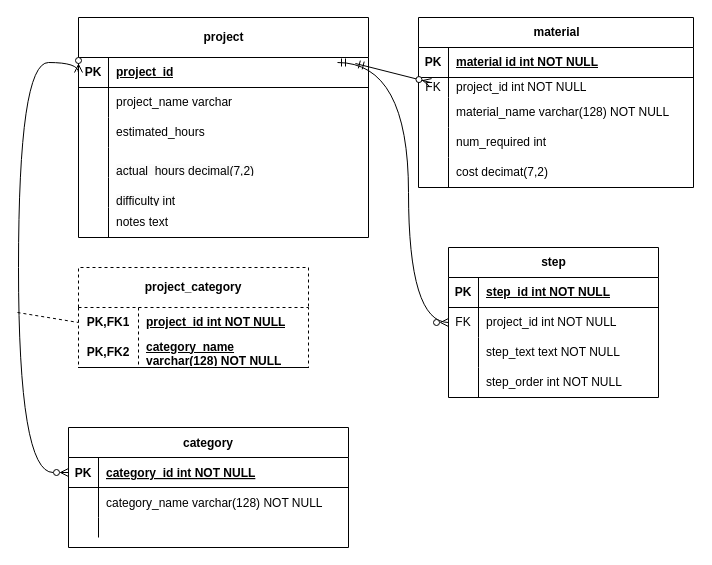
Before: Week08ERD.drawio in jennerCher/Week07, a draw.io diagram. Source tidied: cells renumbered, new cells numbered last; positions are measured from the earlier drawing's top-left corner, leaving out a move shared by most shapes. Both pictures are drawn from the tidied source at 100%, with x=0, y=0 at pixel (17, 17).
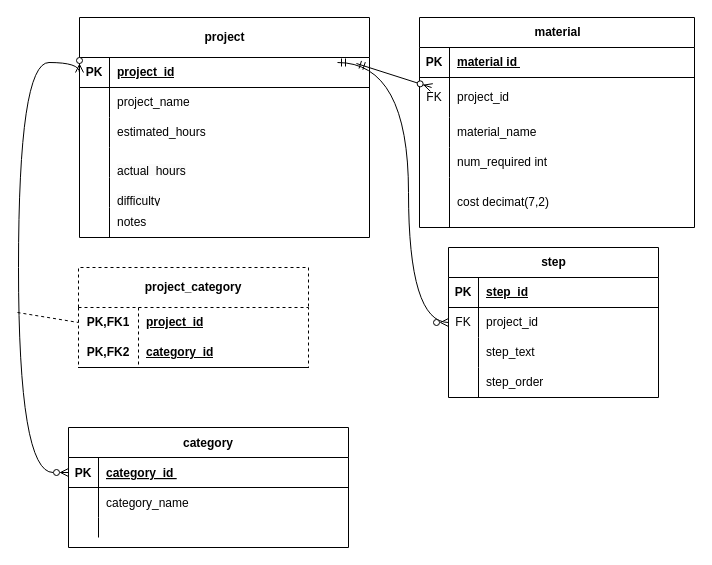
The same diagram, later.

Unchanged cells that the change refers to:
```xml
<mxCell id="3" style="shape=partialRectangle;fillColor=none;points=[[0,0.5],[1,0.5]];portConstraint=eastwest;top=0;left=0;right=0;bottom=1;" parent="2" vertex="1">
  <mxGeometry y="30" width="280" height="30" as="geometry" />
</mxCell>
<mxCell id="6" style="shape=partialRectangle;fillColor=none;top=0;left=0;right=0;bottom=0;" parent="2" vertex="1">
  <mxGeometry y="60" width="280" height="30" as="geometry" />
</mxCell>
<mxCell id="13" style="shape=tableRow;horizontal=0;startSize=0;swimlaneHead=0;swimlaneBody=0;fillColor=none;points=[[0,0.5],[1,0.5]];portConstraint=eastwest;top=0;left=0;right=0;bottom=0;html=1;" parent="12" vertex="1">
  <mxGeometry y="40" width="230" height="30" as="geometry" />
</mxCell>
<mxCell id="16" style="shape=tableRow;horizontal=0;startSize=0;swimlaneHead=0;swimlaneBody=0;fillColor=none;top=0;left=0;right=0;bottom=1;html=1;" parent="12" vertex="1">
  <mxGeometry y="70" width="230" height="30" as="geometry" />
</mxCell>
<mxCell id="23" style="shape=tableRow;horizontal=0;startSize=0;swimlaneHead=0;swimlaneBody=0;fillColor=none;top=0;left=0;right=0;bottom=0;" parent="19" vertex="1">
  <mxGeometry y="70" width="290" height="30" as="geometry" />
</mxCell>
<mxCell id="29" style="shape=tableRow;horizontal=0;startSize=0;swimlaneHead=0;swimlaneBody=0;fillColor=none;top=0;left=0;right=0;bottom=0;" parent="19" vertex="1">
  <mxGeometry y="130" width="290" height="30" as="geometry" />
</mxCell>
<mxCell id="32" style="shape=tableRow;horizontal=0;startSize=0;swimlaneHead=0;swimlaneBody=0;fillColor=none;top=0;left=0;right=0;bottom=0;" parent="19" vertex="1">
  <mxGeometry y="160" width="290" height="30" as="geometry" />
</mxCell>
<mxCell id="35" style="shape=tableRow;horizontal=0;startSize=0;swimlaneHead=0;swimlaneBody=0;fillColor=none;top=0;left=0;right=0;bottom=0;" parent="19" vertex="1">
  <mxGeometry y="190" width="290" height="30" as="geometry" />
</mxCell>
<mxCell id="39" style="shape=tableRow;horizontal=0;startSize=0;swimlaneHead=0;swimlaneBody=0;fillColor=none;top=0;left=0;right=0;bottom=1;" parent="38" vertex="1">
  <mxGeometry y="30" width="275" height="30" as="geometry" />
</mxCell>
<mxCell id="55" style="shape=tableRow;horizontal=0;startSize=0;swimlaneHead=0;swimlaneBody=0;fillColor=none;top=0;left=0;right=0;bottom=1;" parent="54" vertex="1">
  <mxGeometry y="30" width="210" height="30" as="geometry" />
</mxCell>
<mxCell id="58" style="shape=tableRow;horizontal=0;startSize=0;swimlaneHead=0;swimlaneBody=0;fillColor=none;top=0;left=0;right=0;bottom=0;" parent="54" vertex="1">
  <mxGeometry y="60" width="210" height="30" as="geometry" />
</mxCell>
<mxCell id="61" style="shape=tableRow;horizontal=0;startSize=0;swimlaneHead=0;swimlaneBody=0;fillColor=none;top=0;left=0;right=0;bottom=0;" parent="54" vertex="1">
  <mxGeometry y="90" width="210" height="30" as="geometry" />
</mxCell>
<mxCell id="64" style="shape=tableRow;horizontal=0;startSize=0;swimlaneHead=0;swimlaneBody=0;fillColor=none;top=0;left=0;right=0;bottom=0;" parent="54" vertex="1">
  <mxGeometry y="120" width="210" height="30" as="geometry" />
</mxCell>
```

Change to the diagram source:
```diff
@@
-    <mxCell id="5" value="category_id int NOT NULL " style="shape=partialRectangle;overflow=hidden;fillColor=none;top=0;left=0;bottom=0;right=0;align=left;spacingLeft=6;fontStyle=5;" parent="3" vertex="1">
+    <mxCell id="5" value="category_id " style="shape=partialRectangle;overflow=hidden;fillColor=none;top=0;left=0;bottom=0;right=0;align=left;spacingLeft=6;fontStyle=5;" parent="3" vertex="1">
       <mxGeometry x="30" width="250" height="30" as="geometry" />
     </mxCell>
@@
-    <mxCell id="8" value="category_name varchar(128) NOT NULL" style="shape=partialRectangle;overflow=hidden;fillColor=none;top=0;left=0;bottom=0;right=0;align=left;spacingLeft=6;" parent="6" vertex="1">
+    <mxCell id="8" value="category_name" style="shape=partialRectangle;overflow=hidden;fillColor=none;top=0;left=0;bottom=0;right=0;align=left;spacingLeft=6;" parent="6" vertex="1">
       <mxGeometry x="30" width="250" height="30" as="geometry" />
     </mxCell>
@@
-    <mxCell id="15" value="project_id int NOT NULL" style="shape=partialRectangle;fillColor=none;top=0;left=0;bottom=0;right=0;align=left;spacingLeft=6;fontStyle=5;overflow=hidden;html=1;whiteSpace=wrap;" parent="13" vertex="1">
+    <mxCell id="15" value="project_id" style="shape=partialRectangle;fillColor=none;top=0;left=0;bottom=0;right=0;align=left;spacingLeft=6;fontStyle=5;overflow=hidden;html=1;whiteSpace=wrap;" parent="13" vertex="1">
       <mxGeometry x="60" width="170" height="30" as="geometry" />
     </mxCell>
@@
-    <mxCell id="18" value="category_name varchar(128) NOT NULL" style="shape=partialRectangle;fillColor=none;top=0;left=0;bottom=0;right=0;align=left;spacingLeft=6;fontStyle=5;overflow=hidden;html=1;whiteSpace=wrap;" parent="16" vertex="1">
+    <mxCell id="18" value="category_id" style="shape=partialRectangle;fillColor=none;top=0;left=0;bottom=0;right=0;align=left;spacingLeft=6;fontStyle=5;overflow=hidden;html=1;whiteSpace=wrap;" parent="16" vertex="1">
       <mxGeometry x="60" width="170" height="30" as="geometry" />
     </mxCell>
     <mxCell id="19" value="project" style="shape=table;startSize=40;childLayout=tableLayout;rowLines=0;fontStyle=1;align=center;html=1;" parent="1" vertex="1">
-      <mxGeometry x="61" width="290" height="220" as="geometry" />
+      <mxGeometry x="62" width="290" height="220" as="geometry" />
     </mxCell>
@@
-    <mxCell id="25" value="&lt;span style=&quot;text-wrap: nowrap;&quot;&gt;project_name varchar&lt;/span&gt;" style="shape=partialRectangle;fillColor=none;top=0;left=0;bottom=0;right=0;align=left;spacingLeft=6;overflow=hidden;whiteSpace=wrap;html=1;" parent="23" vertex="1">
+    <mxCell id="25" value="&lt;span style=&quot;text-wrap: nowrap;&quot;&gt;project_name&lt;/span&gt;" style="shape=partialRectangle;fillColor=none;top=0;left=0;bottom=0;right=0;align=left;spacingLeft=6;overflow=hidden;whiteSpace=wrap;html=1;" parent="23" vertex="1">
       <mxGeometry x="30" width="260" height="30" as="geometry" />
     </mxCell>
@@
-    <mxCell id="31" value="&#10;&lt;span style=&quot;color: rgb(0, 0, 0); font-family: Helvetica; font-size: 12px; font-style: normal; font-variant-ligatures: normal; font-variant-caps: normal; font-weight: 400; letter-spacing: normal; orphans: 2; text-align: left; text-indent: 0px; text-transform: none; widows: 2; word-spacing: 0px; -webkit-text-stroke-width: 0px; white-space: nowrap; background-color: rgb(251, 251, 251); text-decoration-thickness: initial; text-decoration-style: initial; text-decoration-color: initial; display: inline !important; float: none;&quot;&gt;actual_hours decimal(7,2)&lt;/span&gt;&#10;&#10;" style="shape=partialRectangle;fillColor=none;top=0;left=0;bottom=0;right=0;align=left;spacingLeft=6;overflow=hidden;whiteSpace=wrap;html=1;" parent="29" vertex="1">
+    <mxCell id="31" value="&lt;br&gt;&lt;span style=&quot;color: rgb(0, 0, 0); font-family: Helvetica; font-size: 12px; font-style: normal; font-variant-ligatures: normal; font-variant-caps: normal; font-weight: 400; letter-spacing: normal; orphans: 2; text-align: left; text-indent: 0px; text-transform: none; widows: 2; word-spacing: 0px; -webkit-text-stroke-width: 0px; white-space: nowrap; background-color: rgb(251, 251, 251); text-decoration-thickness: initial; text-decoration-style: initial; text-decoration-color: initial; float: none; display: inline !important;&quot;&gt;actual_hours&lt;/span&gt;" style="shape=partialRectangle;fillColor=none;top=0;left=0;bottom=0;right=0;align=left;spacingLeft=6;overflow=hidden;whiteSpace=wrap;html=1;" parent="29" vertex="1">
       <mxGeometry x="30" width="260" height="30" as="geometry" />
     </mxCell>
@@
-    <mxCell id="34" value="&#10;&lt;span style=&quot;color: rgb(0, 0, 0); font-family: Helvetica; font-size: 12px; font-style: normal; font-variant-ligatures: normal; font-variant-caps: normal; font-weight: 400; letter-spacing: normal; orphans: 2; text-align: left; text-indent: 0px; text-transform: none; widows: 2; word-spacing: 0px; -webkit-text-stroke-width: 0px; white-space: nowrap; background-color: rgb(251, 251, 251); text-decoration-thickness: initial; text-decoration-style: initial; text-decoration-color: initial; display: inline !important; float: none;&quot;&gt;difficulty int&lt;/span&gt;&#10;&#10;" style="shape=partialRectangle;fillColor=none;top=0;left=0;bottom=0;right=0;align=left;spacingLeft=6;overflow=hidden;whiteSpace=wrap;html=1;" parent="32" vertex="1">
+    <mxCell id="34" value="&lt;br&gt;&lt;span style=&quot;color: rgb(0, 0, 0); font-family: Helvetica; font-size: 12px; font-style: normal; font-variant-ligatures: normal; font-variant-caps: normal; font-weight: 400; letter-spacing: normal; orphans: 2; text-align: left; text-indent: 0px; text-transform: none; widows: 2; word-spacing: 0px; -webkit-text-stroke-width: 0px; white-space: nowrap; background-color: rgb(251, 251, 251); text-decoration-thickness: initial; text-decoration-style: initial; text-decoration-color: initial; float: none; display: inline !important;&quot;&gt;difficulty&lt;/span&gt;" style="shape=partialRectangle;fillColor=none;top=0;left=0;bottom=0;right=0;align=left;spacingLeft=6;overflow=hidden;whiteSpace=wrap;html=1;" parent="32" vertex="1">
       <mxGeometry x="30" width="260" height="30" as="geometry" />
     </mxCell>
@@
-    <mxCell id="37" value="&lt;span style=&quot;text-wrap: nowrap;&quot;&gt;notes text&lt;/span&gt;" style="shape=partialRectangle;fillColor=none;top=0;left=0;bottom=0;right=0;align=left;spacingLeft=6;overflow=hidden;whiteSpace=wrap;html=1;" parent="35" vertex="1">
+    <mxCell id="37" value="notes" style="shape=partialRectangle;fillColor=none;top=0;left=0;bottom=0;right=0;align=left;spacingLeft=6;overflow=hidden;whiteSpace=wrap;html=1;" parent="35" vertex="1">
       <mxGeometry x="30" width="260" height="30" as="geometry" />
     </mxCell>
     <mxCell id="38" value="material" style="shape=table;startSize=30;childLayout=tableLayout;rowLines=0;fontStyle=1;align=center;html=1;" parent="1" vertex="1">
-      <mxGeometry x="401" width="275" height="170" as="geometry" />
+      <mxGeometry x="402" width="275" height="210" as="geometry" />
     </mxCell>
@@
-    <mxCell id="41" value="material id int NOT NULL" style="shape=partialRectangle;fillColor=none;top=0;left=0;bottom=0;right=0;align=left;spacingLeft=6;fontStyle=5;overflow=hidden;whiteSpace=wrap;html=1;" parent="39" vertex="1">
+    <mxCell id="41" value="material id&amp;nbsp;" style="shape=partialRectangle;fillColor=none;top=0;left=0;bottom=0;right=0;align=left;spacingLeft=6;fontStyle=5;overflow=hidden;whiteSpace=wrap;html=1;" parent="39" vertex="1">
       <mxGeometry x="30" width="245" height="30" as="geometry" />
     </mxCell>
     <mxCell id="42" style="shape=tableRow;horizontal=0;startSize=0;swimlaneHead=0;swimlaneBody=0;fillColor=none;points=[[0,0.5],[1,0.5]];portConstraint=eastwest;top=0;left=0;right=0;bottom=0;" parent="38" vertex="1">
-      <mxGeometry y="60" width="275" height="20" as="geometry" />
+      <mxGeometry y="60" width="275" height="40" as="geometry" />
     </mxCell>
     <mxCell id="43" value="FK" style="shape=partialRectangle;fillColor=none;top=0;left=0;bottom=0;right=0;fontStyle=0;overflow=hidden;whiteSpace=wrap;html=1;" parent="42" vertex="1">
-      <mxGeometry width="30" height="20" as="geometry" />
+      <mxGeometry width="30" height="40" as="geometry" />
     </mxCell>
-    <mxCell id="44" value="project_id int NOT NULL" style="shape=partialRectangle;fillColor=none;top=0;left=0;bottom=0;right=0;align=left;spacingLeft=6;fontStyle=0;overflow=hidden;whiteSpace=wrap;html=1;" parent="42" vertex="1">
-      <mxGeometry x="30" width="245" height="20" as="geometry" />
+    <mxCell id="44" value="project_id" style="shape=partialRectangle;fillColor=none;top=0;left=0;bottom=0;right=0;align=left;spacingLeft=6;fontStyle=0;overflow=hidden;whiteSpace=wrap;html=1;" parent="42" vertex="1">
+      <mxGeometry x="30" width="245" height="40" as="geometry" />
     </mxCell>
     <mxCell id="45" style="shape=tableRow;horizontal=0;startSize=0;swimlaneHead=0;swimlaneBody=0;fillColor=none;top=0;left=0;right=0;bottom=0;" parent="38" vertex="1">
-      <mxGeometry y="80" width="275" height="30" as="geometry" />
+      <mxGeometry y="100" width="275" height="30" as="geometry" />
     </mxCell>
@@
-    <mxCell id="47" value="material_name varchar(128) NOT NULL" style="shape=partialRectangle;fillColor=none;top=0;left=0;bottom=0;right=0;align=left;spacingLeft=6;overflow=hidden;whiteSpace=wrap;html=1;" parent="45" vertex="1">
+    <mxCell id="47" value="material_name" style="shape=partialRectangle;fillColor=none;top=0;left=0;bottom=0;right=0;align=left;spacingLeft=6;overflow=hidden;whiteSpace=wrap;html=1;" parent="45" vertex="1">
       <mxGeometry x="30" width="245" height="30" as="geometry" />
     </mxCell>
     <mxCell id="48" style="shape=tableRow;horizontal=0;startSize=0;swimlaneHead=0;swimlaneBody=0;fillColor=none;top=0;left=0;right=0;bottom=0;" parent="38" vertex="1">
-      <mxGeometry y="110" width="275" height="30" as="geometry" />
+      <mxGeometry y="130" width="275" height="30" as="geometry" />
     </mxCell>
@@
     <mxCell id="51" style="shape=tableRow;horizontal=0;startSize=0;swimlaneHead=0;swimlaneBody=0;fillColor=none;top=0;left=0;right=0;bottom=0;" parent="38" vertex="1">
-      <mxGeometry y="140" width="275" height="30" as="geometry" />
+      <mxGeometry y="160" width="275" height="50" as="geometry" />
     </mxCell>
     <mxCell id="52" style="shape=partialRectangle;fillColor=none;top=0;left=0;bottom=0;right=0;overflow=hidden;whiteSpace=wrap;html=1;" parent="51" vertex="1">
-      <mxGeometry width="30" height="30" as="geometry" />
+      <mxGeometry width="30" height="50" as="geometry" />
     </mxCell>
     <mxCell id="53" value="cost decimat(7,2)" style="shape=partialRectangle;fillColor=none;top=0;left=0;bottom=0;right=0;align=left;spacingLeft=6;overflow=hidden;whiteSpace=wrap;html=1;" parent="51" vertex="1">
-      <mxGeometry x="30" width="245" height="30" as="geometry" />
+      <mxGeometry x="30" width="245" height="50" as="geometry" />
     </mxCell>
@@
-    <mxCell id="57" value="step_id int NOT NULL" style="shape=partialRectangle;fillColor=none;top=0;left=0;bottom=0;right=0;align=left;spacingLeft=6;fontStyle=5;overflow=hidden;whiteSpace=wrap;html=1;" parent="55" vertex="1">
+    <mxCell id="57" value="step_id" style="shape=partialRectangle;fillColor=none;top=0;left=0;bottom=0;right=0;align=left;spacingLeft=6;fontStyle=5;overflow=hidden;whiteSpace=wrap;html=1;" parent="55" vertex="1">
       <mxGeometry x="30" width="180" height="30" as="geometry" />
     </mxCell>
@@
-    <mxCell id="60" value="project_id int NOT NULL" style="shape=partialRectangle;fillColor=none;top=0;left=0;bottom=0;right=0;align=left;spacingLeft=6;fontStyle=0;overflow=hidden;whiteSpace=wrap;html=1;" parent="58" vertex="1">
+    <mxCell id="60" value="project_id" style="shape=partialRectangle;fillColor=none;top=0;left=0;bottom=0;right=0;align=left;spacingLeft=6;fontStyle=0;overflow=hidden;whiteSpace=wrap;html=1;" parent="58" vertex="1">
       <mxGeometry x="30" width="180" height="30" as="geometry" />
     </mxCell>
@@
-    <mxCell id="63" value="step_text text NOT NULL" style="shape=partialRectangle;fillColor=none;top=0;left=0;bottom=0;right=0;align=left;spacingLeft=6;overflow=hidden;whiteSpace=wrap;html=1;" parent="61" vertex="1">
+    <mxCell id="63" value="step_text" style="shape=partialRectangle;fillColor=none;top=0;left=0;bottom=0;right=0;align=left;spacingLeft=6;overflow=hidden;whiteSpace=wrap;html=1;" parent="61" vertex="1">
       <mxGeometry x="30" width="180" height="30" as="geometry" />
     </mxCell>
@@
-    <mxCell id="66" value="step_order int NOT NULL" style="shape=partialRectangle;fillColor=none;top=0;left=0;bottom=0;right=0;align=left;spacingLeft=6;overflow=hidden;whiteSpace=wrap;html=1;" parent="64" vertex="1">
+    <mxCell id="66" value="step_order" style="shape=partialRectangle;fillColor=none;top=0;left=0;bottom=0;right=0;align=left;spacingLeft=6;overflow=hidden;whiteSpace=wrap;html=1;" parent="64" vertex="1">
       <mxGeometry x="30" width="180" height="30" as="geometry" />
     </mxCell>
```
